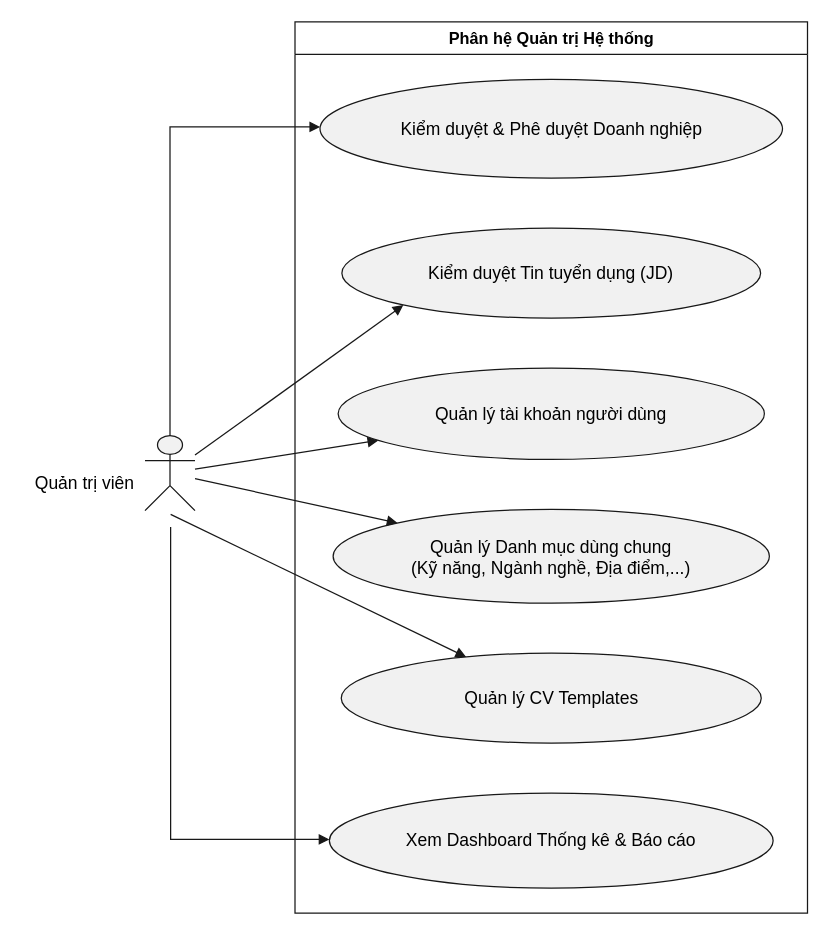
SE-Project-CTU/smart-recruitment-docs keeps this draw.io diagram as diagrams/usecase_admin.drawio. Above is the earlier version. Source tidied: cells renumbered, new cells numbered last; positions are measured from the earlier drawing's top-left corner, leaving out a move shared by most shapes. Both pictures are drawn from the tidied source at 125%, with x=0, y=0 at pixel (21, 21).
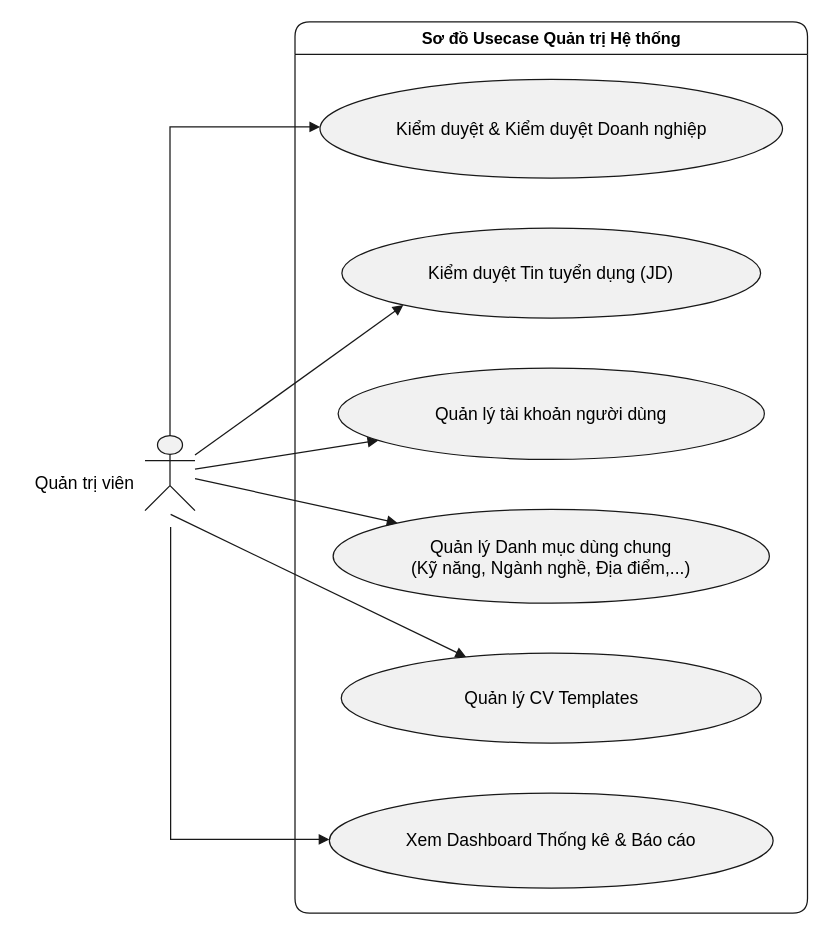
Above is the later version.

Commit message (it also covers changes not shown here):
docs: Update use case diagrams for account and admin subsystems with improved labels and layout adjustments

Change to the diagram source:
```diff
@@
-    <mxCell id="2" value="Phân hệ Quản trị Hệ thống" style="swimlane;startSize=26;fillColor=none;strokeColor=#181818;fontColor=#000000;fontSize=13;fontStyle=1;whiteSpace=wrap;shadow=0;" parent="1" vertex="1">
+    <mxCell id="2" value="Sơ đồ Usecase Quản trị Hệ thống" style="swimlane;startSize=26;fillColor=none;strokeColor=#181818;fontColor=#000000;fontSize=13;fontStyle=1;whiteSpace=wrap;shadow=0;rounded=1;" parent="1" vertex="1">
       <mxGeometry x="218.5" width="410" height="713" as="geometry" />
     </mxCell>
-    <mxCell id="3" value="Kiểm duyệt &amp;amp; Phê duyệt Doanh nghiệp" style="ellipse;html=1;fillColor=#F1F1F1;strokeColor=#181818;whiteSpace=wrap;fontColor=#000000;fontSize=14;shadow=0;" parent="2" vertex="1">
+    <mxCell id="3" value="Kiểm duyệt &amp;amp; Kiểm duyệt Doanh nghiệp" style="ellipse;html=1;fillColor=#F1F1F1;strokeColor=#181818;whiteSpace=wrap;fontColor=#000000;fontSize=14;shadow=0;" parent="2" vertex="1">
       <mxGeometry x="20" y="46" width="370" height="79" as="geometry" />
     </mxCell>
```
